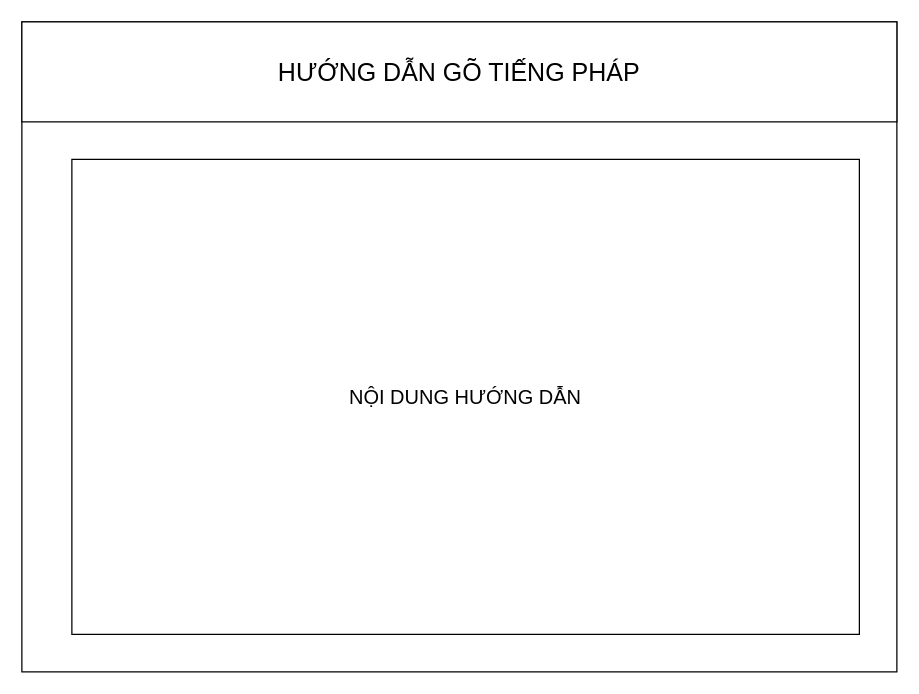
This is page "Hướng dẫn (1)" (5 of 6) of GUI.drawio from Tran-Long-Vu/AppVocabFR, a draw.io file, before an edit. Source tidied: cells renumbered, new cells numbered last; positions are measured from the earlier drawing's top-left corner, leaving out a move shared by most shapes. Both pictures are drawn from the tidied source at 125%, with x=0, y=0 at pixel (21, 21).
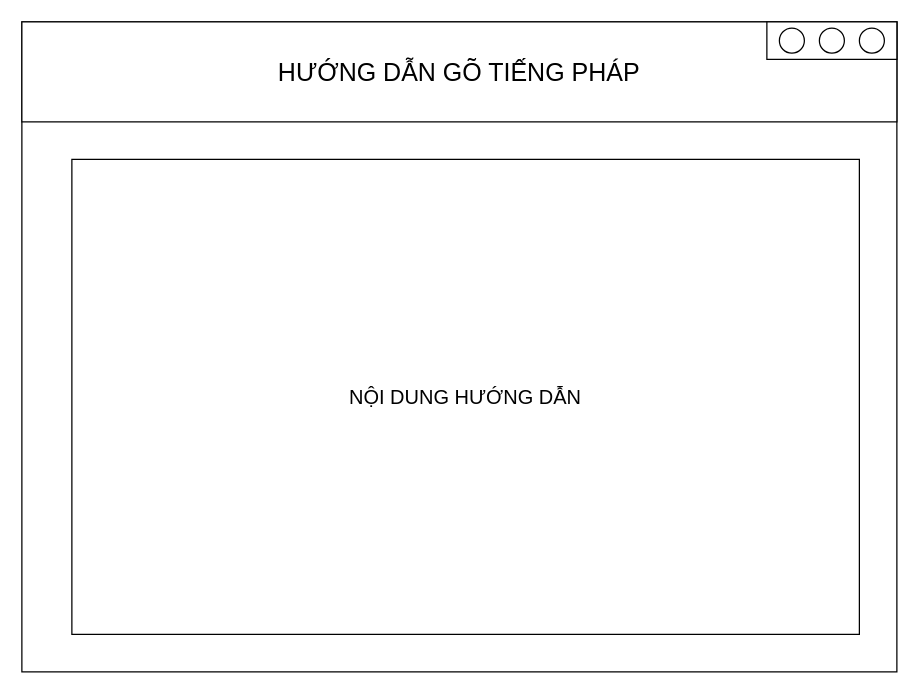
The same diagram, later.

Commit message (it also covers changes not shown here):
Cập nhật GUI.drawio

Diff of the diagram source:
```diff
@@
 <mxGraphModel>
   <root>
     <mxCell id="0" />
     <mxCell id="1" parent="0" />
     <mxCell id="2" style="rounded=0;whiteSpace=wrap;html=1;" parent="1" vertex="1">
       <mxGeometry width="700" height="520" as="geometry" />
     </mxCell>
     <mxCell id="3" value="&lt;font style=&quot;font-size: 20px;&quot;&gt;HƯỚNG DẪN GÕ TIẾNG PHÁP&lt;/font&gt;" style="rounded=0;whiteSpace=wrap;html=1;" parent="1" vertex="1">
       <mxGeometry width="700" height="80" as="geometry" />
     </mxCell>
     <mxCell id="4" value="&lt;font style=&quot;font-size: 16px;&quot;&gt;NỘI DUNG HƯỚNG DẪN&lt;/font&gt;" style="rounded=0;whiteSpace=wrap;html=1;" parent="1" vertex="1">
       <mxGeometry x="40" y="110" width="630" height="380" as="geometry" />
     </mxCell>
+    <mxCell id="5" style="group;" parent="1" vertex="1">
+      <mxGeometry x="596" width="104" height="30" as="geometry" />
+    </mxCell>
+    <mxCell id="6" style="group;" parent="5" vertex="1">
+      <mxGeometry width="104" height="30" as="geometry" />
+    </mxCell>
+    <mxCell id="7" style="rounded=0;whiteSpace=wrap;html=1;" parent="6" vertex="1">
+      <mxGeometry width="104" height="30" as="geometry" />
+    </mxCell>
+    <mxCell id="8" style="ellipse;whiteSpace=wrap;html=1;" parent="6" vertex="1">
+      <mxGeometry x="10" y="5" width="20" height="20" as="geometry" />
+    </mxCell>
+    <mxCell id="9" style="ellipse;whiteSpace=wrap;html=1;" parent="6" vertex="1">
+      <mxGeometry x="42" y="5" width="20" height="20" as="geometry" />
+    </mxCell>
+    <mxCell id="10" style="ellipse;whiteSpace=wrap;html=1;" parent="6" vertex="1">
+      <mxGeometry x="74" y="5" width="20" height="20" as="geometry" />
+    </mxCell>
   </root>
 </mxGraphModel>
```
